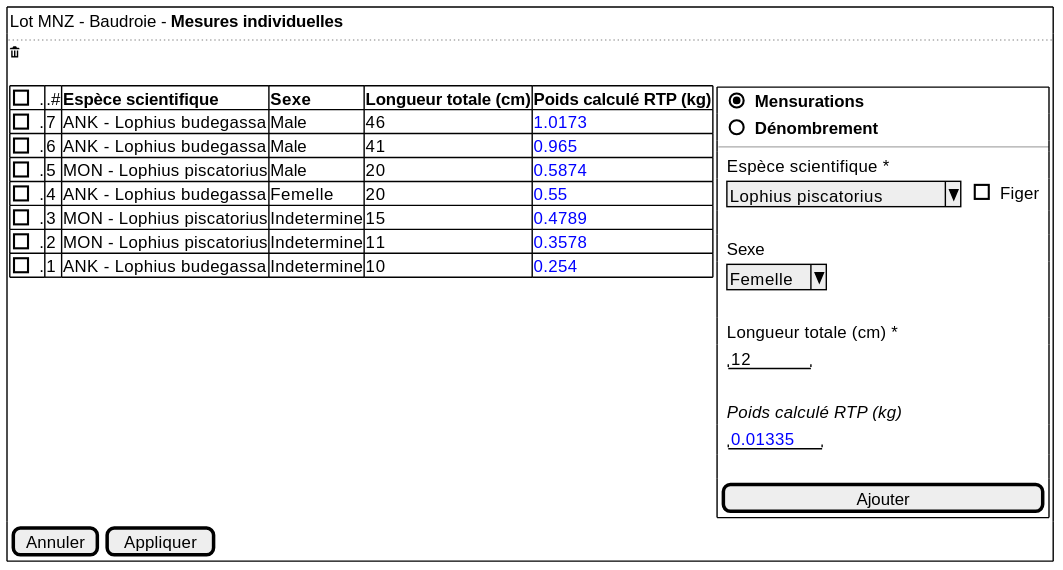
Before: projects/common/spe/images/individual-measures.svg, a diagram exported from PlantUML (sumaris-net/sumaris-doc).
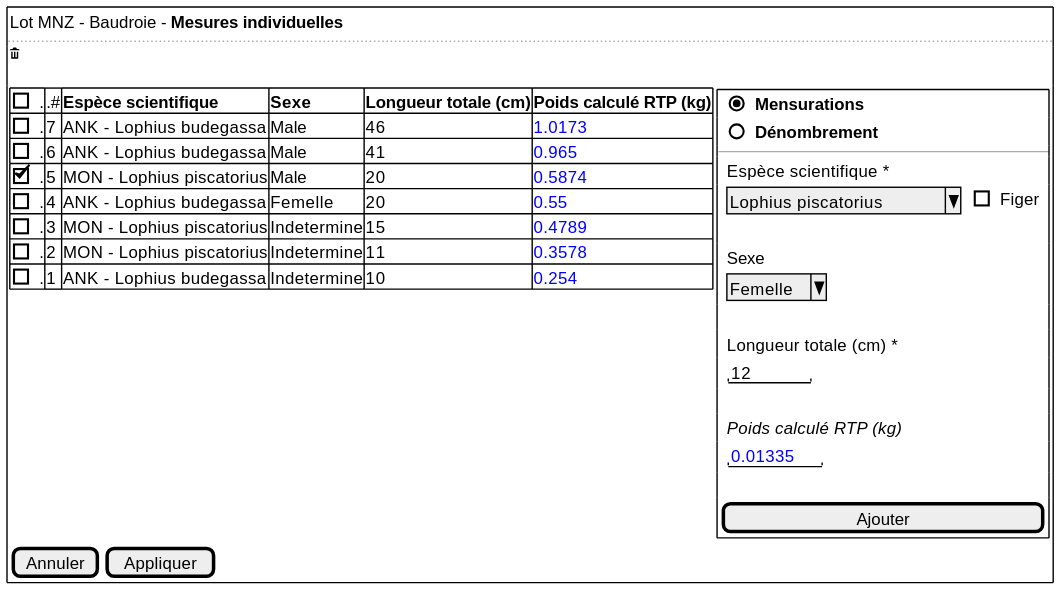
The same diagram one commit later.

What changed in the source:
```diff
@@ -10,7 +10,7 @@
       [].| .# | <b>Espèce scientifique | <b>Sexe | <b>Longueur totale (cm) | <b>Poids calculé RTP (kg)
       [].| 7 | ANK - Lophius budegassa   | Male | 46 | <color:blue>1.0173
       [].| 6 | ANK - Lophius budegassa   | Male | 41 | <color:blue>0.965
-      [].| 5 | MON - Lophius piscatorius | Male | 20 | <color:blue>0.5874
+      [X].| 5 | MON - Lophius piscatorius | Male | 20 | <color:blue>0.5874
       [].| 4 | ANK - Lophius budegassa   | Femelle | 20 | <color:blue>0.55
       [].| 3 | MON - Lophius piscatorius | Indetermine | 15 | <color:blue>0.4789
       [].| 2 | MON - Lophius piscatorius | Indetermine | 11 | <color:blue>0.3578
```
